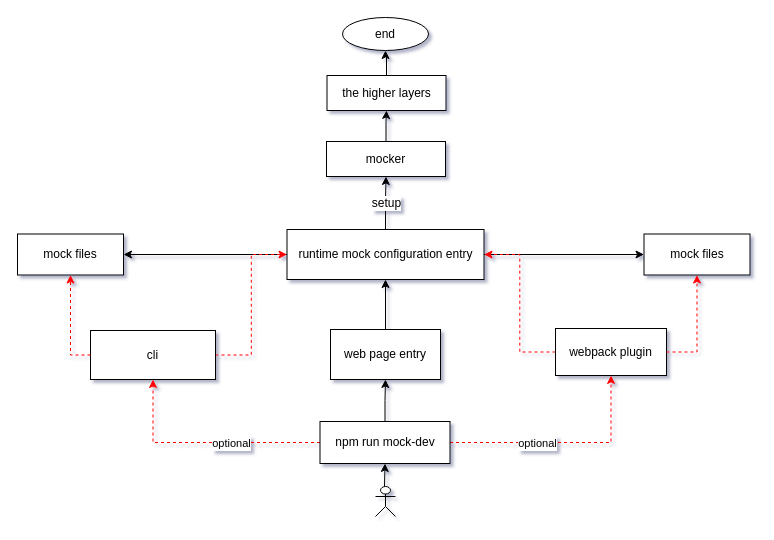
This is docs/development.drawio from huturen/http-request-mock, a draw.io file, before an edit. Source tidied: cells renumbered, new cells numbered last; positions are measured from the earlier drawing's top-left corner, leaving out a move shared by most shapes. Both pictures are drawn from the tidied source at 100%, with x=0, y=0 at pixel (17, 17).
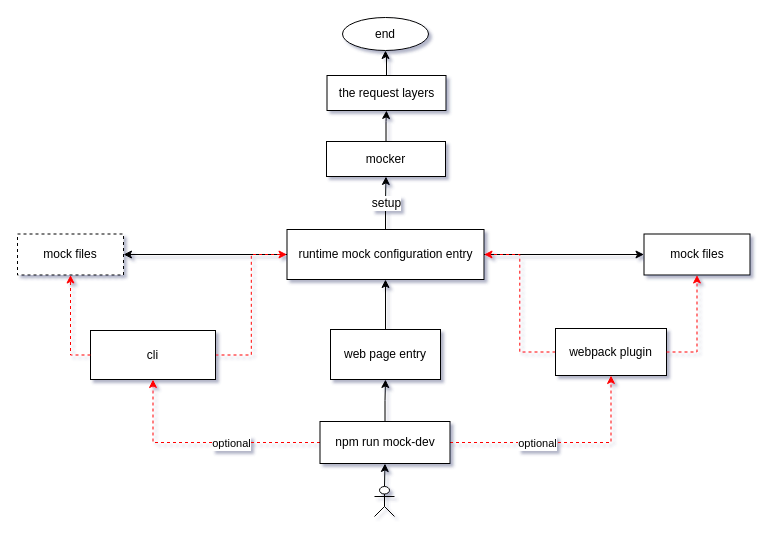
The same diagram, later.

What changed in the source:
```diff
@@
     <mxCell id="19" style="shape=umlActor;verticalLabelPosition=bottom;labelBackgroundColor=#ffffff;verticalAlign=top;html=1;" parent="1" vertex="1">
-      <mxGeometry x="358" y="469" width="20" height="30" as="geometry" />
+      <mxGeometry x="357" y="469" width="20" height="30" as="geometry" />
     </mxCell>
@@
-    <mxCell id="23" value="mock files" style="rounded=0;whiteSpace=wrap;html=1;" parent="1" vertex="1">
+    <mxCell id="23" value="mock files" style="rounded=0;whiteSpace=wrap;html=1;dashed=1;" parent="1" vertex="1">
       <mxGeometry y="216.5" width="106" height="41" as="geometry" />
     </mxCell>
@@
-    <mxCell id="28" value="the higher layers" style="rounded=0;whiteSpace=wrap;html=1;" parent="1" vertex="1">
+    <mxCell id="28" value="the request layers" style="rounded=0;whiteSpace=wrap;html=1;" parent="1" vertex="1">
       <mxGeometry x="309.5" y="58" width="119" height="35" as="geometry" />
     </mxCell>
```
